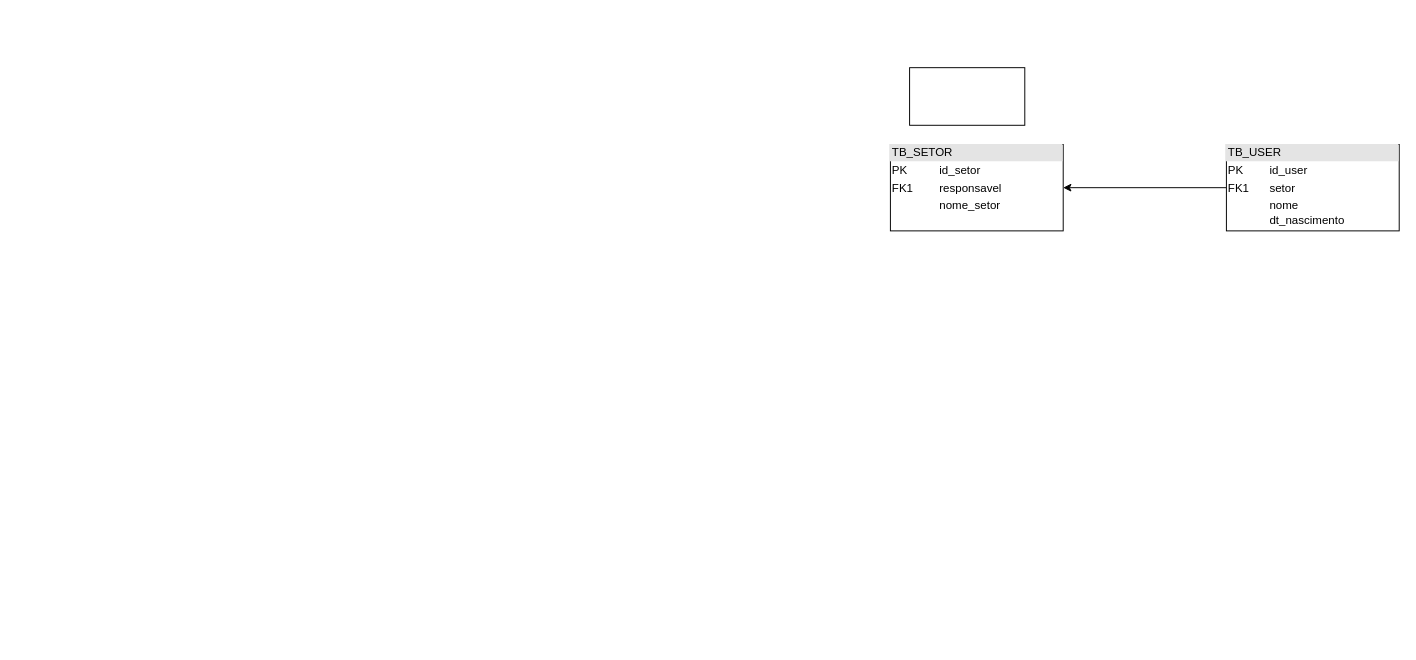
Above: Diagrama sem nome.drawio in diniz116/IJBDB (draw.io), before the change. Source tidied: cells renumbered, new cells numbered last; positions are measured from the earlier drawing's top-left corner, leaving out a move shared by most shapes. Both pictures are drawn from the tidied source at 96%, with x=0, y=0 at pixel (890, 67).
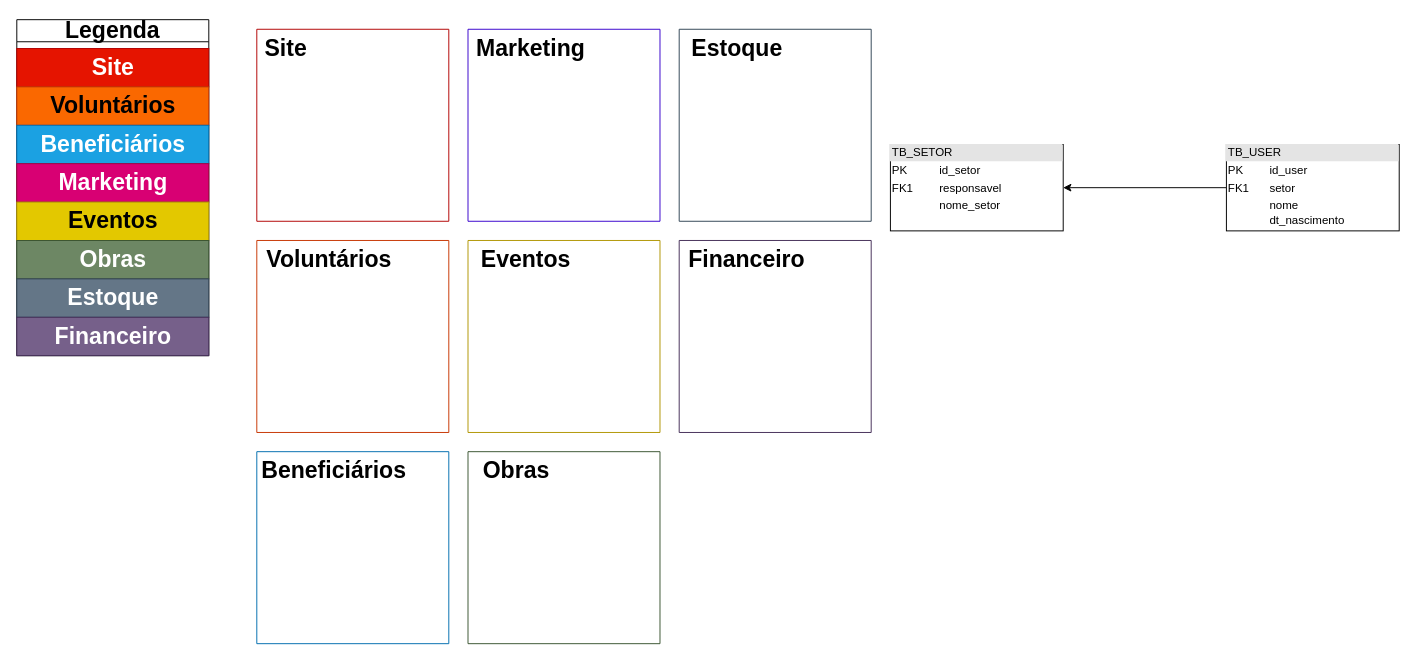
The same diagram, later.

Commit message:
Legenda e containers

Change to the diagram source:
```diff
@@
-    <mxCell id="5" style="rounded=0;whiteSpace=wrap;html=1;" parent="1" vertex="1">
-      <mxGeometry x="20" width="120" height="60" as="geometry" />
-    </mxCell>
+    <mxCell id="6" value="&lt;font style=&quot;font-size: 24px;&quot;&gt;Legenda&lt;/font&gt;" style="swimlane;whiteSpace=wrap;html=1;" parent="1" vertex="1">
+      <mxGeometry x="-910" y="-50" width="200" height="350" as="geometry" />
+    </mxCell>
+    <mxCell id="7" value="Site" style="text;html=1;fontSize=24;fontStyle=1;verticalAlign=middle;align=center;fillColor=#e51400;fontColor=#ffffff;strokeColor=#B20000;" parent="6" vertex="1">
+      <mxGeometry y="30" width="200" height="40" as="geometry" />
+    </mxCell>
+    <mxCell id="8" value="Voluntários" style="text;strokeColor=#C73500;fillColor=#fa6800;html=1;fontSize=24;fontStyle=1;verticalAlign=middle;align=center;fontColor=#000000;" parent="6" vertex="1">
+      <mxGeometry y="70" width="200" height="40" as="geometry" />
+    </mxCell>
+    <mxCell id="9" value="Beneficiários" style="text;strokeColor=#006EAF;fillColor=#1ba1e2;html=1;fontSize=24;fontStyle=1;verticalAlign=middle;align=center;fontColor=#ffffff;" parent="6" vertex="1">
+      <mxGeometry y="110" width="200" height="40" as="geometry" />
+    </mxCell>
+    <mxCell id="10" value="Marketing" style="text;strokeColor=#A50040;fillColor=#d80073;html=1;fontSize=24;fontStyle=1;verticalAlign=middle;align=center;fontColor=#ffffff;" parent="6" vertex="1">
+      <mxGeometry y="150" width="200" height="40" as="geometry" />
+    </mxCell>
+    <mxCell id="11" value="Eventos" style="text;strokeColor=#B09500;fillColor=#e3c800;html=1;fontSize=24;fontStyle=1;verticalAlign=middle;align=center;fontColor=#000000;" parent="6" vertex="1">
+      <mxGeometry y="190" width="200" height="40" as="geometry" />
+    </mxCell>
+    <mxCell id="12" value="Obras" style="text;strokeColor=#3A5431;fillColor=#6d8764;html=1;fontSize=24;fontStyle=1;verticalAlign=middle;align=center;fontColor=#ffffff;" parent="6" vertex="1">
+      <mxGeometry y="230" width="200" height="40" as="geometry" />
+    </mxCell>
+    <mxCell id="13" value="Estoque" style="text;strokeColor=#314354;fillColor=#647687;html=1;fontSize=24;fontStyle=1;verticalAlign=middle;align=center;fontColor=#ffffff;" parent="6" vertex="1">
+      <mxGeometry y="270" width="200" height="40" as="geometry" />
+    </mxCell>
+    <mxCell id="14" value="Financeiro" style="text;strokeColor=#432D57;fillColor=#76608a;html=1;fontSize=24;fontStyle=1;verticalAlign=middle;align=center;fontColor=#ffffff;" parent="6" vertex="1">
+      <mxGeometry y="310" width="200" height="40" as="geometry" />
+    </mxCell>
+    <mxCell id="15" style="swimlane;startSize=0;fillColor=#fa6800;fontColor=#000000;strokeColor=#C73500;swimlaneFillColor=none;fillStyle=solid;" parent="1" vertex="1">
+      <mxGeometry x="-660" y="180" width="200" height="200" as="geometry" />
+    </mxCell>
+    <mxCell id="16" value="Voluntários" style="text;strokeColor=none;fillColor=none;html=1;fontSize=24;fontStyle=1;verticalAlign=middle;align=center;" parent="15" vertex="1">
+      <mxGeometry width="150" height="40" as="geometry" />
+    </mxCell>
+    <mxCell id="17" style="swimlane;startSize=0;fillColor=#e51400;fontColor=#ffffff;strokeColor=#B20000;swimlaneFillColor=none;fillStyle=solid;" parent="1" vertex="1">
+      <mxGeometry x="-660" y="-40" width="200" height="200" as="geometry" />
+    </mxCell>
+    <mxCell id="18" value="Site" style="text;strokeColor=none;fillColor=none;html=1;fontSize=24;fontStyle=1;verticalAlign=middle;align=center;" parent="17" vertex="1">
+      <mxGeometry width="60" height="40" as="geometry" />
+    </mxCell>
+    <mxCell id="19" style="swimlane;startSize=0;fillColor=#1ba1e2;fontColor=#ffffff;strokeColor=#006EAF;swimlaneFillColor=none;fillStyle=solid;" parent="1" vertex="1">
+      <mxGeometry x="-660" y="400" width="200" height="200" as="geometry" />
+    </mxCell>
+    <mxCell id="20" value="Beneficiários" style="text;strokeColor=none;fillColor=none;html=1;fontSize=24;fontStyle=1;verticalAlign=middle;align=center;" parent="19" vertex="1">
+      <mxGeometry width="160" height="40" as="geometry" />
+    </mxCell>
+    <mxCell id="21" style="swimlane;startSize=0;fillColor=#6a00ff;fontColor=#ffffff;strokeColor=#3700CC;swimlaneFillColor=none;fillStyle=solid;" parent="1" vertex="1">
+      <mxGeometry x="-440" y="-40" width="200" height="200" as="geometry" />
+    </mxCell>
+    <mxCell id="22" value="Marketing" style="text;strokeColor=none;fillColor=none;html=1;fontSize=24;fontStyle=1;verticalAlign=middle;align=center;" parent="21" vertex="1">
+      <mxGeometry width="130" height="40" as="geometry" />
+    </mxCell>
+    <mxCell id="23" style="swimlane;startSize=0;fillColor=#e3c800;fontColor=#000000;strokeColor=#B09500;swimlaneFillColor=none;fillStyle=solid;" parent="1" vertex="1">
+      <mxGeometry x="-440" y="180" width="200" height="200" as="geometry" />
+    </mxCell>
+    <mxCell id="24" value="Eventos" style="text;strokeColor=none;fillColor=none;html=1;fontSize=24;fontStyle=1;verticalAlign=middle;align=center;" parent="23" vertex="1">
+      <mxGeometry width="120" height="40" as="geometry" />
+    </mxCell>
+    <mxCell id="25" style="swimlane;startSize=0;fillColor=#6d8764;fontColor=#ffffff;strokeColor=#3A5431;swimlaneFillColor=none;fillStyle=solid;" parent="1" vertex="1">
+      <mxGeometry x="-440" y="400" width="200" height="200" as="geometry" />
+    </mxCell>
+    <mxCell id="26" value="Obras" style="text;strokeColor=none;fillColor=none;html=1;fontSize=24;fontStyle=1;verticalAlign=middle;align=center;" parent="25" vertex="1">
+      <mxGeometry width="100" height="40" as="geometry" />
+    </mxCell>
+    <mxCell id="27" style="swimlane;startSize=0;fillColor=#647687;fontColor=#ffffff;strokeColor=#314354;swimlaneFillColor=none;fillStyle=solid;" parent="1" vertex="1">
+      <mxGeometry x="-220" y="-40" width="200" height="200" as="geometry" />
+    </mxCell>
+    <mxCell id="28" value="Estoque" style="text;strokeColor=none;fillColor=none;html=1;fontSize=24;fontStyle=1;verticalAlign=middle;align=center;" parent="27" vertex="1">
+      <mxGeometry width="120" height="40" as="geometry" />
+    </mxCell>
+    <mxCell id="29" style="swimlane;startSize=0;fillColor=#76608a;fontColor=#ffffff;strokeColor=#432D57;swimlaneFillColor=none;fillStyle=solid;" parent="1" vertex="1">
+      <mxGeometry x="-220" y="180" width="200" height="200" as="geometry" />
+    </mxCell>
+    <mxCell id="30" value="Financeiro" style="text;strokeColor=none;fillColor=none;html=1;fontSize=24;fontStyle=1;verticalAlign=middle;align=center;" parent="29" vertex="1">
+      <mxGeometry width="140" height="40" as="geometry" />
+    </mxCell>
```
